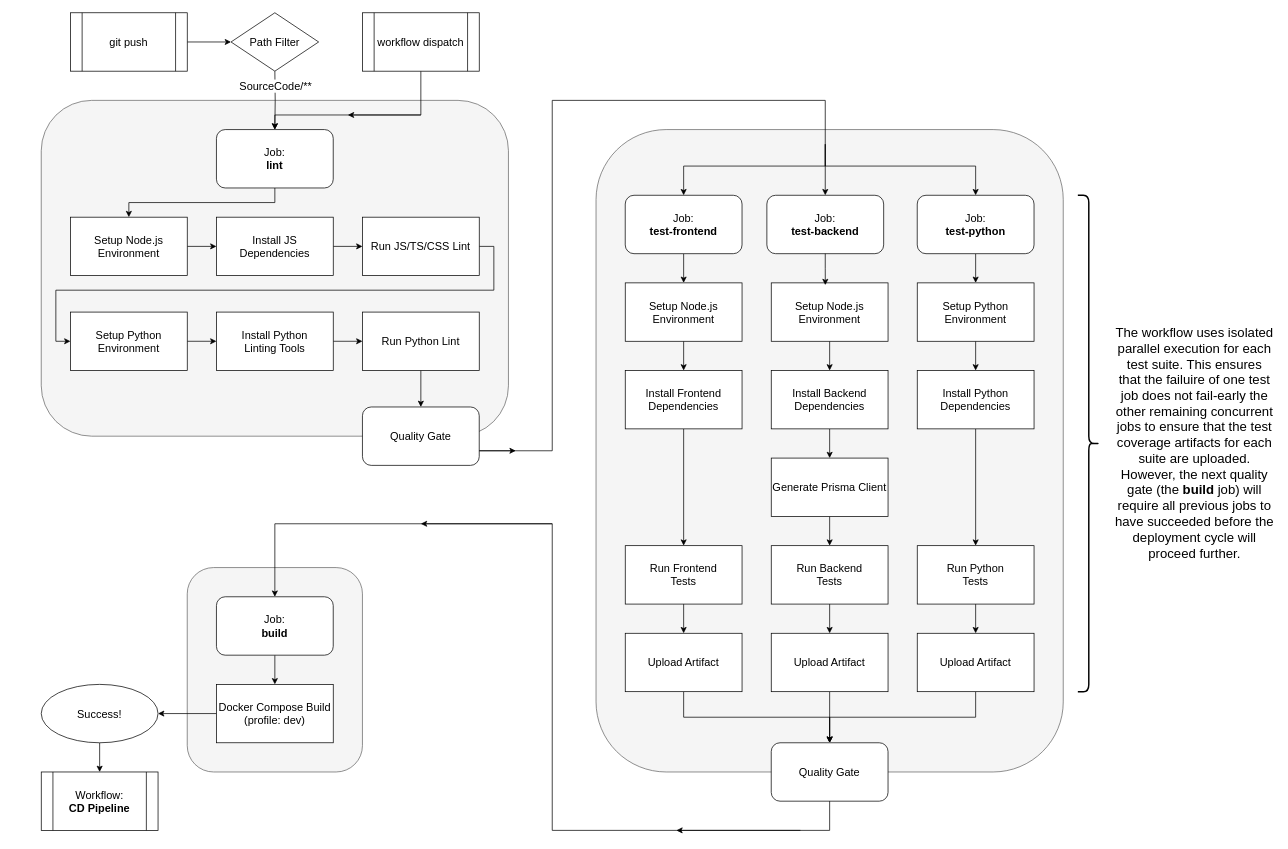
Earlier version of the draw.io diagram 06-Diagrams/CI.drawio (corey-richardson/comp3000). Source tidied: cells renumbered, new cells numbered last; positions are measured from the earlier drawing's top-left corner, leaving out a move shared by most shapes. Both pictures are drawn from the tidied source at 73%, with x=0, y=0 at pixel (41, 12).
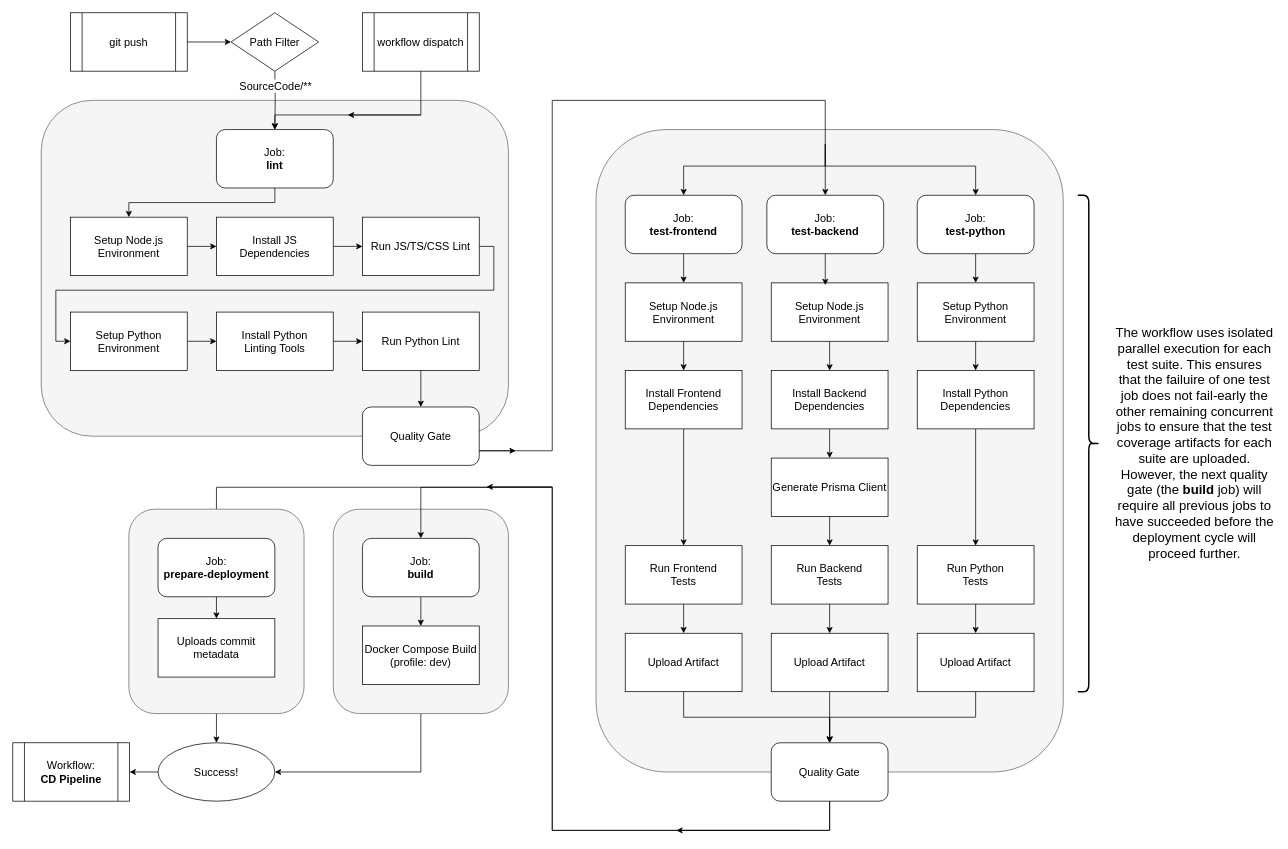
The same diagram, later.

Commit message (it also covers changes not shown here):
Update CI diagram to reflect latest changes

Unchanged cells that the change refers to:
```xml
<mxCell id="60" value="Quality Gate" style="rounded=1;whiteSpace=wrap;html=1;fontSize=15;" parent="1" vertex="1">
  <mxGeometry x="1000" y="1000" width="160" height="80" as="geometry" />
</mxCell>
```

Diff of the diagram source:
```diff
@@
+    <mxCell id="77" style="edgeStyle=orthogonalEdgeStyle;rounded=0;jettySize=auto;html=1;exitX=0.5;exitY=1;exitDx=0;exitDy=0;entryX=0.5;entryY=0;entryDx=0;entryDy=0;" parent="1" edge="1" source="60" target="82">
+      <mxGeometry relative="1" as="geometry">
+        <Array as="points">
+          <mxPoint x="1080" y="1120" />
+          <mxPoint x="700" y="1120" />
+          <mxPoint x="700" y="650" />
+          <mxPoint x="240" y="650" />
+        </Array>
+      </mxGeometry>
+    </mxCell>
@@
+    <mxCell id="78" style="edgeStyle=orthogonalEdgeStyle;rounded=0;jettySize=auto;html=1;exitX=0.5;exitY=1;exitDx=0;exitDy=0;entryX=1;entryY=0.5;entryDx=0;entryDy=0;" parent="1" edge="1" source="63" target="70">
+      <mxGeometry relative="1" as="geometry" />
+    </mxCell>
     <mxCell id="63" style="rounded=1;whiteSpace=wrap;html=1;fontSize=15;fillColor=#f5f5f5;fontColor=#333333;strokeColor=#666666;" parent="1" vertex="1">
-      <mxGeometry x="200" y="760" width="240" height="280" as="geometry" />
+      <mxGeometry x="400" y="680" width="240" height="280" as="geometry" />
     </mxCell>
@@
     <mxCell id="65" value="Job:&lt;div&gt;&lt;b&gt;build&lt;/b&gt;&lt;span style=&quot;background-color: transparent; color: rgba(0, 0, 0, 0); font-family: monospace; font-size: 0px; text-align: start; text-wrap-mode: nowrap;&quot;&gt;lint%3CmxGraphModel%3E%3Croot%3E%3CmxCell%20id%3D%220%22%2F%3E%3CmxCell%20id%3D%221%22%20parent%3D%220%22%2F%3E%3CmxCell%20id%3D%222%22%20parent%3D%221%22%20style%3D%22rounded%3D1%3BwhiteSpace%3Dwrap%3Bhtml%3D1%3BfontSize%3D15%3B%22%20value%3D%22%22%20vertex%3D%221%22%3E%3CmxGeometry%20height%3D%2280%22%20width%3D%22160%22%20x%3D%2280%22%20y%3D%2240%22%20as%3D%22geometry%22%2F%3E%3C%2FmxCell%3E%3C%2Froot%3E%3C%2FmxGraphModel%3El&lt;/span&gt;&lt;/div&gt;" style="rounded=1;whiteSpace=wrap;html=1;fontSize=15;" parent="1" vertex="1">
-      <mxGeometry x="240" y="800" width="160" height="80" as="geometry" />
+      <mxGeometry x="440" y="720" width="160" height="80" as="geometry" />
     </mxCell>
-    <mxCell id="66" style="edgeStyle=orthogonalEdgeStyle;rounded=0;jettySize=auto;html=1;exitX=0;exitY=0.5;exitDx=0;exitDy=0;entryX=1;entryY=0.5;entryDx=0;entryDy=0;" parent="1" edge="1" source="67" target="70">
-      <mxGeometry relative="1" as="geometry" />
-    </mxCell>
     <mxCell id="67" value="Docker Compose Build&lt;br&gt;(profile: dev)" style="rounded=0;whiteSpace=wrap;html=1;fontSize=15;" parent="1" vertex="1">
-      <mxGeometry x="240" y="920" width="160" height="80" as="geometry" />
+      <mxGeometry x="440" y="840" width="160" height="80" as="geometry" />
     </mxCell>
@@
-    <mxCell id="69" style="edgeStyle=orthogonalEdgeStyle;rounded=0;jettySize=auto;html=1;exitX=0.5;exitY=1;exitDx=0;exitDy=0;entryX=0.5;entryY=0;entryDx=0;entryDy=0;" parent="1" edge="1" source="70" target="71">
+    <mxCell id="69" style="edgeStyle=orthogonalEdgeStyle;rounded=0;jettySize=auto;html=1;exitX=0;exitY=0.5;exitDx=0;exitDy=0;entryX=1;entryY=0.5;entryDx=0;entryDy=0;" parent="1" edge="1" source="70" target="71">
       <mxGeometry relative="1" as="geometry" />
     </mxCell>
     <mxCell id="70" value="&lt;font style=&quot;font-size: 15px;&quot;&gt;Success!&lt;/font&gt;" style="ellipse;whiteSpace=wrap;html=1;" parent="1" vertex="1">
-      <mxGeometry y="920" width="160" height="80" as="geometry" />
+      <mxGeometry x="160" y="1000" width="160" height="80" as="geometry" />
     </mxCell>
     <mxCell id="71" value="Workflow:&lt;div&gt;&lt;b&gt;CD Pipeline&lt;/b&gt;&lt;/div&gt;" style="shape=process;whiteSpace=wrap;html=1;backgroundOutline=1;fontSize=15;" parent="1" vertex="1">
-      <mxGeometry y="1040" width="160" height="80" as="geometry" />
+      <mxGeometry x="-39" y="1000" width="160" height="80" as="geometry" />
     </mxCell>
@@
     <mxCell id="73" style="endArrow=classic;html=1;rounded=0;" parent="1" edge="1">
       <mxGeometry relative="1" as="geometry">
-        <mxPoint x="700" y="700" as="sourcePoint" />
-        <mxPoint x="520" y="700" as="targetPoint" />
+        <mxPoint x="700" y="649.4" as="sourcePoint" />
+        <mxPoint x="610" y="649.4" as="targetPoint" />
       </mxGeometry>
     </mxCell>
@@
-    <mxCell id="76" style="edgeStyle=orthogonalEdgeStyle;rounded=0;jettySize=auto;html=1;exitX=0.5;exitY=1;exitDx=0;exitDy=0;entryX=0.5;entryY=0;entryDx=0;entryDy=0;" parent="1" edge="1" source="60" target="65">
+    <mxCell id="76" style="edgeStyle=orthogonalEdgeStyle;rounded=0;jettySize=auto;html=1;entryX=0.5;entryY=0;entryDx=0;entryDy=0;" parent="1" edge="1" target="65">
       <mxGeometry relative="1" as="geometry">
+        <mxPoint x="1080" y="1080" as="sourcePoint" />
         <Array as="points">
           <mxPoint x="1080" y="1120" />
           <mxPoint x="700" y="1120" />
-          <mxPoint x="700" y="700" />
-          <mxPoint x="320" y="700" />
+          <mxPoint x="700" y="650" />
+          <mxPoint x="520" y="650" />
         </Array>
       </mxGeometry>
     </mxCell>
+    <mxCell id="79" style="edgeStyle=orthogonalEdgeStyle;rounded=0;jettySize=auto;html=1;exitX=0.5;exitY=1;exitDx=0;exitDy=0;entryX=0.5;entryY=0;entryDx=0;entryDy=0;" parent="1" edge="1" source="80" target="70">
+      <mxGeometry relative="1" as="geometry" />
+    </mxCell>
+    <mxCell id="80" style="rounded=1;whiteSpace=wrap;html=1;fontSize=15;fillColor=#f5f5f5;fontColor=#333333;strokeColor=#666666;" parent="1" vertex="1">
+      <mxGeometry x="120" y="680" width="240" height="280" as="geometry" />
+    </mxCell>
+    <mxCell id="81" style="edgeStyle=orthogonalEdgeStyle;rounded=0;jettySize=auto;html=1;exitX=0.5;exitY=1;exitDx=0;exitDy=0;entryX=0.5;entryY=0;entryDx=0;entryDy=0;" parent="1" edge="1" source="82" target="83">
+      <mxGeometry relative="1" as="geometry" />
+    </mxCell>
+    <mxCell id="82" value="Job:&lt;div style=&quot;text-align: center;&quot;&gt;&lt;span style=&quot;background-color: transparent; text-align: start;&quot;&gt;&lt;b style=&quot;&quot;&gt;&lt;font style=&quot;color: rgb(0, 0, 0);&quot;&gt;prepare-deployment&lt;/font&gt;&lt;/b&gt;&lt;/span&gt;&lt;/div&gt;" style="rounded=1;whiteSpace=wrap;html=1;fontSize=15;" parent="1" vertex="1">
+      <mxGeometry x="160" y="720" width="160" height="80" as="geometry" />
+    </mxCell>
+    <mxCell id="83" value="Uploads commit metadata" style="rounded=0;whiteSpace=wrap;html=1;fontSize=15;" parent="1" vertex="1">
+      <mxGeometry x="160" y="830" width="160" height="80" as="geometry" />
+    </mxCell>
```
